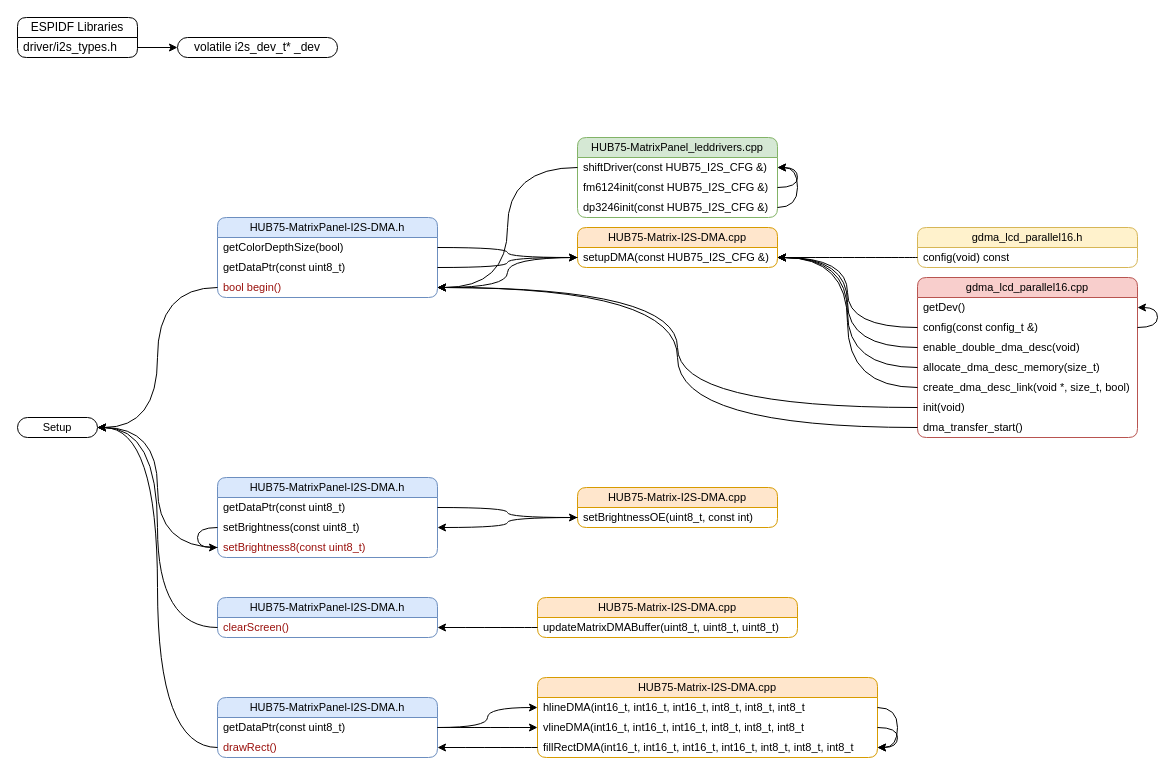
The draw.io diagram page "ESP32-HUB75-I2S-DMA Reverse Engineering" (3 of 3) of Documentation/Graphics Pipeline.drawio in XCR1793/ARCOS, before the edit. Source tidied: cells renumbered, new cells numbered last; positions are measured from the earlier drawing's top-left corner, leaving out a move shared by most shapes. Both pictures are drawn from the tidied source at 100%, with x=0, y=0 at pixel (17, 17).
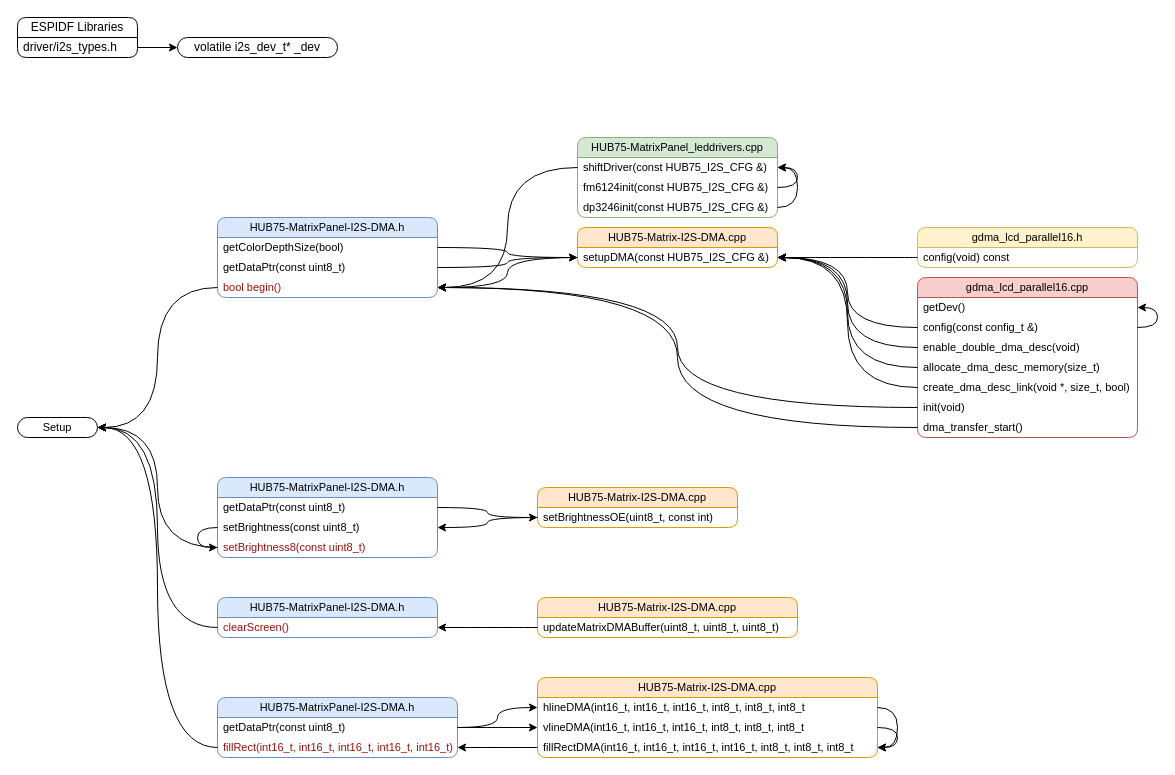
The same diagram, later.

Commit message:
Modified Diagram to fix some names in the I2S reverse engineering

Change to the diagram source:
```diff
@@
     <mxCell id="45" value="HUB75-Matrix-I2S-DMA.cpp" style="swimlane;fontStyle=0;horizontal=1;startSize=20;whiteSpace=wrap;html=1;rounded=1;fontFamily=Helvetica;fontSize=11;labelBackgroundColor=none;fillColor=#ffe6cc;strokeColor=#d79b00;" parent="1" vertex="1">
-      <mxGeometry x="560" y="470" width="200" height="40" as="geometry" />
+      <mxGeometry x="520" y="470" width="200" height="40" as="geometry" />
     </mxCell>
@@
     <mxCell id="54" value="HUB75-MatrixPanel-I2S-DMA.h" style="swimlane;fontStyle=0;horizontal=1;startSize=20;whiteSpace=wrap;html=1;rounded=1;fontFamily=Helvetica;fontSize=11;labelBackgroundColor=none;fillColor=#dae8fc;strokeColor=#6c8ebf;" parent="1" vertex="1">
-      <mxGeometry x="200" y="680" width="220" height="60" as="geometry" />
+      <mxGeometry x="200" y="680" width="240" height="60" as="geometry" />
     </mxCell>
     <mxCell id="55" value="getDataPtr(const uint8_t)" style="text;align=left;verticalAlign=middle;spacingLeft=4;spacingRight=4;overflow=hidden;points=[[0,0.5],[1,0.5]];portConstraint=eastwest;whiteSpace=wrap;html=1;fontFamily=Helvetica;fontSize=11;labelBackgroundColor=none;" parent="54" vertex="1">
-      <mxGeometry y="20" width="220" height="20" as="geometry" />
+      <mxGeometry y="20" width="240" height="20" as="geometry" />
     </mxCell>
-    <mxCell id="56" value="drawRect()" style="text;align=left;verticalAlign=middle;spacingLeft=4;spacingRight=4;overflow=hidden;points=[[0,0.5],[1,0.5]];portConstraint=eastwest;whiteSpace=wrap;html=1;fontFamily=Helvetica;fontSize=11;labelBackgroundColor=none;fontColor=#9A110D;" parent="54" vertex="1">
-      <mxGeometry y="40" width="220" height="20" as="geometry" />
+    <mxCell id="56" value="fillRect(int16_t, int16_t, int16_t, int16_t, int16_t)" style="text;align=left;verticalAlign=middle;spacingLeft=4;spacingRight=4;overflow=hidden;points=[[0,0.5],[1,0.5]];portConstraint=eastwest;whiteSpace=wrap;html=1;fontFamily=Helvetica;fontSize=11;labelBackgroundColor=none;fontColor=#9A110D;" parent="54" vertex="1">
+      <mxGeometry y="40" width="240" height="20" as="geometry" />
     </mxCell>
```
